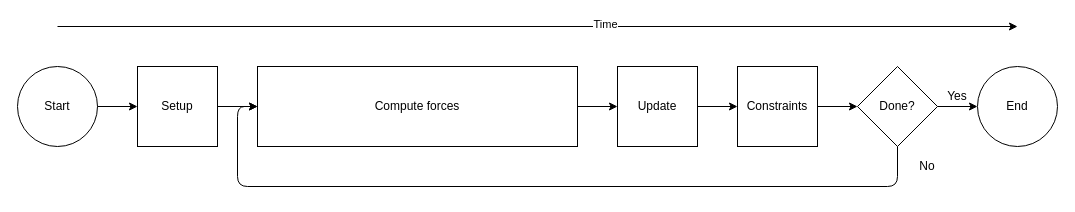
Before: content/diagrams/molecular-dynamics-workflow.drawio in ENCCS/gromacs-gpu-performance, a draw.io diagram. Source tidied: cells renumbered, new cells numbered last; positions are measured from the earlier drawing's top-left corner, leaving out a move shared by most shapes. Both pictures are drawn from the tidied source at 100%, with x=0, y=0 at pixel (17, 26).
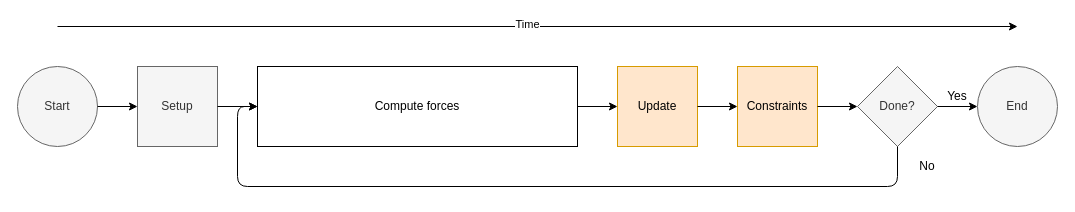
The same page after the edit.

The change refers to these unchanged cells:
```xml
<mxCell id="6" style="endArrow=classic;html=1;" parent="1" edge="1">
  <mxGeometry relative="1" as="geometry">
    <mxPoint x="40" as="sourcePoint" />
    <mxPoint x="1000" as="targetPoint" />
  </mxGeometry>
</mxCell>
```

What changed in the source:
```diff
@@
-    <mxCell id="2" value="Start" style="ellipse;whiteSpace=wrap;html=1;" parent="1" vertex="1">
+    <mxCell id="2" value="Start" style="ellipse;whiteSpace=wrap;html=1;fillColor=#f5f5f5;strokeColor=#666666;fontColor=#333333;" parent="1" vertex="1">
       <mxGeometry y="40" width="80" height="80" as="geometry" />
     </mxCell>
-    <mxCell id="3" value="End" style="ellipse;whiteSpace=wrap;html=1;" parent="1" vertex="1">
+    <mxCell id="3" value="End" style="ellipse;whiteSpace=wrap;html=1;fillColor=#f5f5f5;strokeColor=#666666;fontColor=#333333;" parent="1" vertex="1">
       <mxGeometry x="960" y="40" width="80" height="80" as="geometry" />
     </mxCell>
-    <mxCell id="4" value="Setup" style="rounded=0;whiteSpace=wrap;html=1;" parent="1" vertex="1">
+    <mxCell id="4" value="Setup" style="rounded=0;whiteSpace=wrap;html=1;fillColor=#f5f5f5;strokeColor=#666666;fontColor=#333333;" parent="1" vertex="1">
       <mxGeometry x="120" y="40" width="80" height="80" as="geometry" />
     </mxCell>
@@
     <mxCell id="7" value="Time" style="edgeLabel;html=1;align=center;verticalAlign=middle;" parent="6" vertex="1">
-      <mxGeometry x="0.14" y="3" relative="1" as="geometry" />
+      <mxGeometry x="0.14" y="3" relative="1" as="geometry">
+        <mxPoint x="-78" as="offset" />
+      </mxGeometry>
     </mxCell>
-    <mxCell id="8" value="Update" style="whiteSpace=wrap;html=1;" parent="1" vertex="1">
+    <mxCell id="8" value="Update" style="whiteSpace=wrap;html=1;fillColor=#ffe6cc;strokeColor=#d79b00;" parent="1" vertex="1">
       <mxGeometry x="600" y="40" width="80" height="80" as="geometry" />
     </mxCell>
-    <mxCell id="9" value="Constraints" style="whiteSpace=wrap;html=1;" parent="1" vertex="1">
+    <mxCell id="9" value="Constraints" style="whiteSpace=wrap;html=1;fillColor=#ffe6cc;strokeColor=#d79b00;" parent="1" vertex="1">
       <mxGeometry x="720" y="40" width="80" height="80" as="geometry" />
     </mxCell>
@@
-    <mxCell id="14" value="Done?" style="rhombus;whiteSpace=wrap;html=1;" parent="1" vertex="1">
+    <mxCell id="14" value="Done?" style="rhombus;whiteSpace=wrap;html=1;fillColor=#f5f5f5;strokeColor=#666666;fontColor=#333333;" parent="1" vertex="1">
       <mxGeometry x="840" y="40" width="80" height="80" as="geometry" />
     </mxCell>
```
